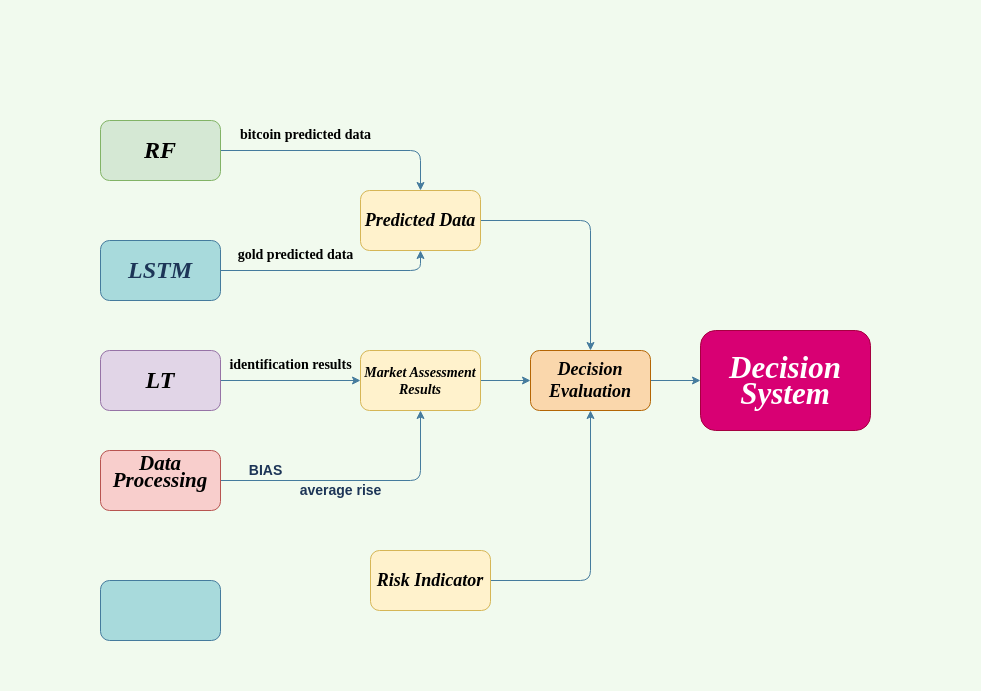
Earlier version of the draw.io diagram math.drawio (Silver-2333/myfile). Source tidied: cells renumbered, new cells numbered last; positions are measured from the earlier drawing's top-left corner, leaving out a move shared by most shapes. Both pictures are drawn from the tidied source at 100%, with x=0, y=0 at pixel (100, 90).
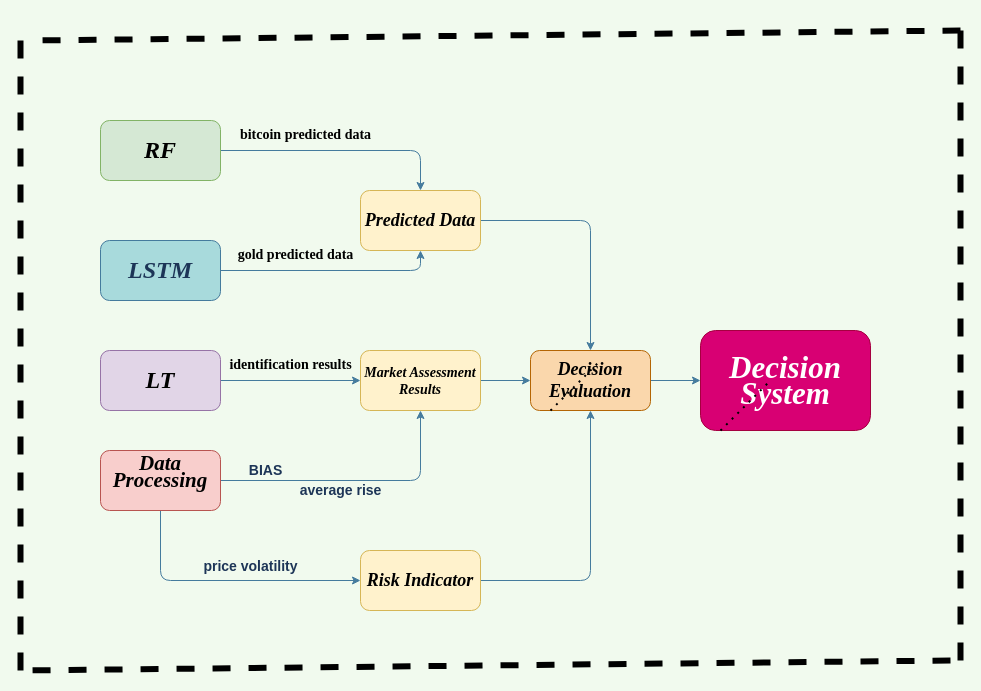
Above is the later version.

Unchanged cells that the change refers to:
```xml
<mxCell id="13" value="&lt;h2 style=&quot;font-size: 21px ; line-height: 0.8&quot;&gt;&lt;font face=&quot;Times New Roman&quot; style=&quot;font-size: 21px&quot;&gt;&lt;span style=&quot;font-size: 21px&quot;&gt;&lt;b style=&quot;font-size: 21px&quot;&gt;&lt;i style=&quot;font-size: 21px&quot;&gt;Data Processing&lt;br&gt;&lt;/i&gt;&lt;/b&gt;&lt;/span&gt;&lt;/font&gt;&lt;font face=&quot;Times New Roman&quot; style=&quot;font-size: 21px&quot;&gt;&lt;i style=&quot;font-size: 21px&quot;&gt;&amp;nbsp;&lt;/i&gt;&lt;/font&gt;&lt;/h2&gt;" style="rounded=1;whiteSpace=wrap;html=1;fillColor=#f8cecc;strokeColor=#b85450;fontSize=21;" parent="1" vertex="1">
  <mxGeometry y="360" width="120" height="60" as="geometry" />
</mxCell>
```

What changed in the source:
```diff
@@
+    <mxCell id="25" style="edgeStyle=orthogonalEdgeStyle;curved=0;rounded=1;sketch=0;jettySize=auto;html=1;entryX=0;entryY=0.5;entryDx=0;entryDy=0;fontSize=31;fontColor=#1D3557;strokeColor=#457B9D;fillColor=#A8DADC;" parent="1" edge="1" source="13" target="18">
+      <mxGeometry relative="1" as="geometry">
+        <Array as="points">
+          <mxPoint x="60" y="490" />
+        </Array>
+      </mxGeometry>
+    </mxCell>
@@
     <mxCell id="18" value="&lt;h1 style=&quot;font-size: 18px;&quot;&gt;&lt;font face=&quot;Times New Roman&quot; style=&quot;font-size: 18px;&quot;&gt;&lt;span style=&quot;font-size: 18px;&quot;&gt;&lt;i style=&quot;font-size: 18px;&quot;&gt;Risk Indicator&lt;/i&gt;&lt;/span&gt;&lt;/font&gt;&lt;/h1&gt;" style="rounded=1;whiteSpace=wrap;html=1;fillColor=#fff2cc;strokeColor=#d6b656;fontSize=18;" parent="1" vertex="1">
-      <mxGeometry x="270" y="460" width="120" height="60" as="geometry" />
+      <mxGeometry x="260" y="460" width="120" height="60" as="geometry" />
     </mxCell>
-    <mxCell id="19" style="rounded=1;whiteSpace=wrap;html=1;sketch=0;fontSize=14;fontColor=#1D3557;strokeColor=#457B9D;fillColor=#A8DADC;" parent="1" vertex="1">
-      <mxGeometry y="490" width="120" height="60" as="geometry" />
-    </mxCell>
@@
+    <mxCell id="26" value="&lt;font style=&quot;font-size: 14px&quot;&gt;&lt;b&gt;price volatility&lt;/b&gt;&lt;/font&gt;" style="text;html=1;align=center;verticalAlign=middle;strokeColor=none;fillColor=none;fontSize=31;fontColor=#1D3557;" parent="1" vertex="1">
+      <mxGeometry x="95" y="445" width="110" height="50" as="geometry" />
+    </mxCell>
+    <mxCell id="27" style="endArrow=none;dashed=1;html=1;dashPattern=1 3;strokeWidth=2;rounded=1;sketch=0;fontSize=14;fontColor=#1D3557;fillColor=#A8DADC;curved=0;" parent="1" edge="1">
+      <mxGeometry relative="1" as="geometry">
+        <mxPoint x="450" y="320" as="sourcePoint" />
+        <mxPoint x="500" y="270" as="targetPoint" />
+      </mxGeometry>
+    </mxCell>
+    <mxCell id="28" style="endArrow=none;dashed=1;html=1;dashPattern=1 3;strokeWidth=2;rounded=1;sketch=0;fontSize=14;fontColor=#1D3557;fillColor=#A8DADC;curved=0;" parent="1" edge="1">
+      <mxGeometry relative="1" as="geometry">
+        <mxPoint x="620" y="340" as="sourcePoint" />
+        <mxPoint x="670" y="290" as="targetPoint" />
+      </mxGeometry>
+    </mxCell>
+    <mxCell id="29" style="endArrow=none;dashed=1;html=1;rounded=1;sketch=0;fontSize=14;fontColor=#1D3557;strokeColor=#000000;fillColor=#A8DADC;curved=0;strokeWidth=6;" parent="1" edge="1">
+      <mxGeometry relative="1" as="geometry">
+        <mxPoint x="-80" y="580" as="sourcePoint" />
+        <mxPoint x="-80" y="-60" as="targetPoint" />
+      </mxGeometry>
+    </mxCell>
+    <mxCell id="30" style="endArrow=none;dashed=1;html=1;rounded=1;sketch=0;fontSize=14;fontColor=#1D3557;strokeColor=#000000;fillColor=#A8DADC;curved=0;strokeWidth=6;" parent="1" edge="1">
+      <mxGeometry relative="1" as="geometry">
+        <mxPoint x="860" y="570" as="sourcePoint" />
+        <mxPoint x="860" y="-70" as="targetPoint" />
+      </mxGeometry>
+    </mxCell>
+    <mxCell id="31" style="endArrow=none;dashed=1;html=1;rounded=1;sketch=0;fontSize=14;fontColor=#1D3557;strokeColor=#000000;fillColor=#A8DADC;curved=0;strokeWidth=6;" parent="1" edge="1">
+      <mxGeometry relative="1" as="geometry">
+        <mxPoint x="860" y="-60" as="sourcePoint" />
+        <mxPoint x="-70" y="-50" as="targetPoint" />
+      </mxGeometry>
+    </mxCell>
+    <mxCell id="32" style="endArrow=none;dashed=1;html=1;rounded=1;sketch=0;fontSize=14;fontColor=#1D3557;strokeColor=#000000;fillColor=#A8DADC;curved=0;strokeWidth=6;" parent="1" edge="1">
+      <mxGeometry relative="1" as="geometry">
+        <mxPoint x="850" y="570" as="sourcePoint" />
+        <mxPoint x="-80" y="580" as="targetPoint" />
+      </mxGeometry>
+    </mxCell>
```
